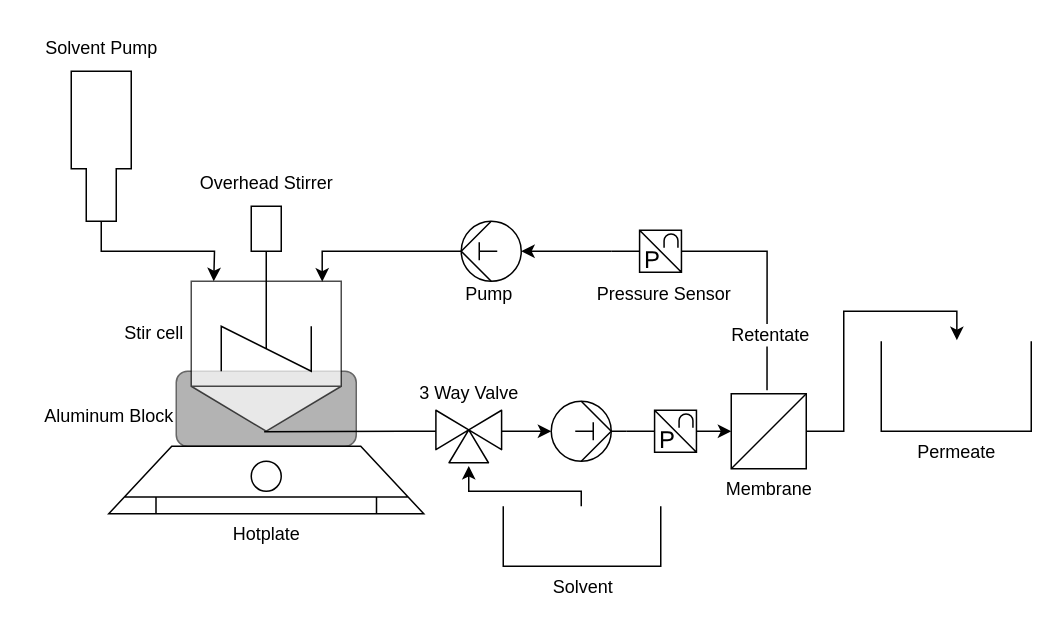
Earlier version of the draw.io diagram AC - DF flowchart.drawio (Toniaac/hte-data-processing). Source tidied: cells renumbered, new cells numbered last; positions are measured from the earlier drawing's top-left corner, leaving out a move shared by most shapes. Both pictures are drawn from the tidied source at 150%, with x=0, y=0 at pixel (26, 26).
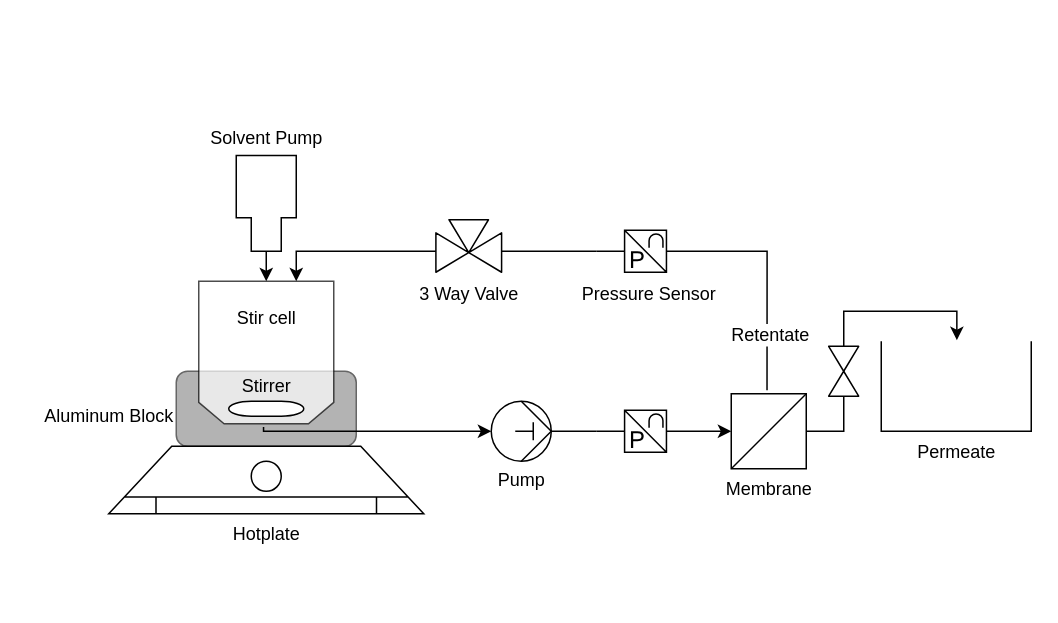
The same page after the edit.

The change refers to these unchanged cells:
```xml
<mxCell id="22" style="rounded=0;jettySize=auto;html=1;exitX=0.477;exitY=-0.046;exitDx=0;exitDy=0;exitPerimeter=0;edgeStyle=orthogonalEdgeStyle;endArrow=none;startFill=0;" parent="1" edge="1" source="6" target="24">
  <mxGeometry relative="1" as="geometry">
    <Array as="points">
      <mxPoint x="494" y="150" />
    </Array>
  </mxGeometry>
</mxCell>
```

The edit, as a diff of the source:
```diff
@@
+    <mxCell id="35" style="rounded=0;jettySize=auto;html=1;exitX=1;exitY=0.5;exitDx=0;exitDy=0;exitPerimeter=0;" parent="1" edge="1" source="4" target="36">
+      <mxGeometry relative="1" as="geometry" />
+    </mxCell>
     <mxCell id="4" style="shape=mxgraph.pid.pumps.feed_pump;html=1;align=center;verticalLabelPosition=bottom;verticalAlign=top;dashed=0;rotation=90;" parent="1" vertex="1">
-      <mxGeometry y="60" width="100" height="40" as="geometry" />
+      <mxGeometry x="128.1" y="98.1" width="63.8" height="40" as="geometry" />
     </mxCell>
-    <mxCell id="5" style="shape=mxgraph.pid.vessels.tank_(conical_bottom);html=1;align=center;verticalLabelPosition=bottom;verticalAlign=top;dashed=0;opacity=70;" parent="1" vertex="1">
-      <mxGeometry x="110" y="170" width="100" height="100" as="geometry" />
-    </mxCell>
@@
-    <mxCell id="7" style="shape=mxgraph.pid.agitators.agitator,_stirrer;html=1;align=center;verticalLabelPosition=bottom;verticalAlign=top;dashed=0;" parent="1" vertex="1">
-      <mxGeometry x="130" y="140" width="60" height="90" as="geometry" />
-    </mxCell>
@@
-    <mxCell id="12" style="rounded=0;whiteSpace=wrap;html=1;" parent="1" vertex="1">
-      <mxGeometry x="150" y="120" width="20" height="30" as="geometry" />
-    </mxCell>
-    <mxCell id="13" style="edgeStyle=orthogonalEdgeStyle;rounded=0;jettySize=auto;html=1;exitX=1;exitY=0.5;exitDx=0;exitDy=0;exitPerimeter=0;" parent="1" edge="1" source="4">
-      <mxGeometry relative="1" as="geometry">
-        <mxPoint x="125" y="170" as="targetPoint" />
-      </mxGeometry>
-    </mxCell>
-    <mxCell id="14" style="rounded=0;jettySize=auto;html=1;entryX=0;entryY=0.5;entryDx=0;entryDy=0;entryPerimeter=0;exitX=0;exitY=0.5;exitDx=0;exitDy=0;exitPerimeter=0;edgeStyle=orthogonalEdgeStyle;" parent="1" edge="1" source="24" target="15">
-      <mxGeometry relative="1" as="geometry" />
-    </mxCell>
-    <mxCell id="15" style="shape=mxgraph.pid.pumps_-_iso.pump_(reciprocating_piston);html=1;align=center;verticalLabelPosition=bottom;verticalAlign=top;dashed=0;rotation=-180;" parent="1" vertex="1">
-      <mxGeometry x="290" y="130" width="40" height="40" as="geometry" />
-    </mxCell>
     <mxCell id="16" style="shape=mxgraph.pid.pumps_-_iso.pump_(reciprocating_piston);html=1;align=center;verticalLabelPosition=bottom;verticalAlign=top;dashed=0;rotation=0;" parent="1" vertex="1">
-      <mxGeometry x="350" y="250" width="40" height="40" as="geometry" />
+      <mxGeometry x="310" y="250" width="40" height="40" as="geometry" />
     </mxCell>
@@
-    <mxCell id="18" style="edgeStyle=orthogonalEdgeStyle;rounded=0;jettySize=auto;html=1;entryX=0.873;entryY=0.003;entryDx=0;entryDy=0;entryPerimeter=0;exitX=1;exitY=0.5;exitDx=0;exitDy=0;exitPerimeter=0;" parent="1" edge="1" source="15" target="5">
-      <mxGeometry relative="1" as="geometry" />
+    <mxCell id="18" style="edgeStyle=orthogonalEdgeStyle;rounded=0;jettySize=auto;html=1;exitX=0;exitY=0.5;exitDx=0;exitDy=0;exitPerimeter=0;" parent="1" edge="1" source="24" target="36">
+      <mxGeometry relative="1" as="geometry">
+        <Array as="points">
+          <mxPoint x="180" y="150" />
+        </Array>
+      </mxGeometry>
     </mxCell>
-    <mxCell id="19" style="rounded=0;jettySize=auto;html=1;entryX=0;entryY=0.5;entryDx=0;entryDy=0;entryPerimeter=0;exitX=0.486;exitY=1.003;exitDx=0;exitDy=0;exitPerimeter=0;" parent="1" edge="1" source="5" target="16">
+    <mxCell id="19" style="rounded=0;jettySize=auto;html=1;entryX=0;entryY=0.5;entryDx=0;entryDy=0;entryPerimeter=0;exitX=0.48;exitY=1.023;exitDx=0;exitDy=0;exitPerimeter=0;edgeStyle=orthogonalEdgeStyle;" parent="1" edge="1" source="36" target="16">
       <mxGeometry relative="1" as="geometry">
         <Array as="points">
-          <mxPoint x="250" y="270" />
+          <mxPoint x="158" y="270" />
         </Array>
       </mxGeometry>
     </mxCell>
@@
     <mxCell id="21" style="verticalLabelPosition=bottom;html=1;verticalAlign=top;fillColor=strokeColor;align=center;outlineConnect=0;shape=mxgraph.fluid_power.x11770;points=[[0,0.5,0]];" parent="1" vertex="1">
-      <mxGeometry x="400" y="256" width="46.8" height="28" as="geometry" />
+      <mxGeometry x="380" y="256" width="46.8" height="28" as="geometry" />
     </mxCell>
@@
     <mxCell id="23" value="Retentate" style="edgeLabel;html=1;align=center;verticalAlign=middle;fontSize=12;" parent="22" vertex="1">
       <mxGeometry x="0.27" y="-2" relative="1" as="geometry">
-        <mxPoint x="4" y="57" as="offset" />
+        <mxPoint x="10" y="57" as="offset" />
       </mxGeometry>
     </mxCell>
     <mxCell id="24" style="verticalLabelPosition=bottom;html=1;verticalAlign=top;fillColor=strokeColor;align=center;outlineConnect=0;shape=mxgraph.fluid_power.x11770;points=[[0,0.5,0]];" parent="1" vertex="1">
-      <mxGeometry x="390" y="136" width="46.8" height="28" as="geometry" />
+      <mxGeometry x="380" y="136" width="46.8" height="28" as="geometry" />
     </mxCell>
-    <mxCell id="25" value="Pump&amp;nbsp;" style="text;html=1;align=center;verticalAlign=middle;strokeColor=none;fillColor=none;" parent="1" vertex="1">
-      <mxGeometry x="280" y="164" width="60" height="30" as="geometry" />
-    </mxCell>
     <mxCell id="26" value="Pressure Sensor" style="text;html=1;align=center;verticalAlign=middle;strokeColor=none;fillColor=none;" parent="1" vertex="1">
-      <mxGeometry x="370" y="164" width="110" height="30" as="geometry" />
+      <mxGeometry x="360" y="164" width="110" height="30" as="geometry" />
     </mxCell>
-    <mxCell id="27" value="Stir cell" style="text;html=1;align=center;verticalAlign=middle;strokeColor=none;fillColor=none;" parent="1" vertex="1">
-      <mxGeometry x="55" y="190" width="60" height="30" as="geometry" />
-    </mxCell>
@@
-    <mxCell id="29" value="Overhead Stirrer" style="text;html=1;align=center;verticalAlign=middle;strokeColor=none;fillColor=none;" parent="1" vertex="1">
-      <mxGeometry x="105" y="90" width="110" height="30" as="geometry" />
-    </mxCell>
     <mxCell id="30" value="Solvent Pump" style="text;html=1;align=center;verticalAlign=middle;strokeColor=none;fillColor=none;" parent="1" vertex="1">
-      <mxGeometry width="100" height="30" as="geometry" />
+      <mxGeometry x="110" y="60" width="100" height="30" as="geometry" />
     </mxCell>
     <mxCell id="31" value="3 Way Valve" style="text;html=1;align=center;verticalAlign=middle;strokeColor=none;fillColor=none;" parent="1" vertex="1">
-      <mxGeometry x="250" y="230" width="90" height="30" as="geometry" />
+      <mxGeometry x="250" y="164" width="90" height="30" as="geometry" />
     </mxCell>
-    <mxCell id="32" style="verticalLabelPosition=bottom;align=center;html=1;verticalAlign=top;dashed=0;shape=mxgraph.pid2valves.valve;valveType=threeWay;actuator=none;" parent="1" vertex="1">
-      <mxGeometry x="273.1" y="256" width="43.8" height="35" as="geometry" />
-    </mxCell>
-    <mxCell id="33" style="rounded=0;jettySize=auto;html=1;entryX=0.5;entryY=1.061;entryDx=0;entryDy=0;entryPerimeter=0;edgeStyle=orthogonalEdgeStyle;exitX=0.51;exitY=0.024;exitDx=0;exitDy=0;exitPerimeter=0;" parent="1" edge="1" source="34" target="32">
-      <mxGeometry relative="1" as="geometry">
-        <Array as="points">
-          <mxPoint x="384" y="351" />
-          <mxPoint x="370" y="351" />
-          <mxPoint x="370" y="310" />
-          <mxPoint x="295" y="310" />
-        </Array>
-      </mxGeometry>
-    </mxCell>
-    <mxCell id="34" value="Solvent" style="shape=mxgraph.pid.vessels.container,_tank,_cistern;html=1;align=center;verticalLabelPosition=bottom;verticalAlign=top;dashed=0;" parent="1" vertex="1">
-      <mxGeometry x="318" y="320" width="105" height="40" as="geometry" />
-    </mxCell>
+    <mxCell id="36" style="verticalLabelPosition=bottom;outlineConnect=0;align=center;dashed=0;html=1;verticalAlign=top;shape=mxgraph.pid.misc.dryer;fillColor=default;gradientColor=none;opacity=70;" parent="1" vertex="1">
+      <mxGeometry x="115" y="170" width="90" height="95" as="geometry" />
+    </mxCell>
+    <mxCell id="37" style="verticalLabelPosition=bottom;align=center;dashed=0;html=1;verticalAlign=top;shape=mxgraph.pid2misc.column;columnType=common;rotation=-90;" parent="1" vertex="1">
+      <mxGeometry x="155" y="230" width="10" height="50" as="geometry" />
+    </mxCell>
+    <mxCell id="29" value="Stirrer" style="text;html=1;align=center;verticalAlign=middle;strokeColor=none;fillColor=none;" parent="1" vertex="1">
+      <mxGeometry x="130" y="225" width="60" height="30" as="geometry" />
+    </mxCell>
+    <mxCell id="27" value="Stir cell" style="text;html=1;align=center;verticalAlign=middle;strokeColor=none;fillColor=none;" parent="1" vertex="1">
+      <mxGeometry x="130" y="180" width="60" height="30" as="geometry" />
+    </mxCell>
+    <mxCell id="38" style="verticalLabelPosition=bottom;align=center;html=1;verticalAlign=top;dashed=0;shape=mxgraph.pid2valves.valve;valveType=threeWay;actuator=none;rotation=-180;" parent="1" vertex="1">
+      <mxGeometry x="273.1" y="129" width="43.8" height="35" as="geometry" />
+    </mxCell>
+    <mxCell id="25" value="Pump" style="text;html=1;align=center;verticalAlign=middle;strokeColor=none;fillColor=none;" parent="1" vertex="1">
+      <mxGeometry x="305" y="287.5" width="50" height="30" as="geometry" />
+    </mxCell>
+    <mxCell id="39" style="verticalLabelPosition=bottom;align=center;html=1;verticalAlign=top;dashed=0;shape=mxgraph.pid2valves.valve;valveType=gate;rotation=-90;" parent="1" vertex="1">
+      <mxGeometry x="528.3" y="220" width="33.3" height="20" as="geometry" />
+    </mxCell>
```
